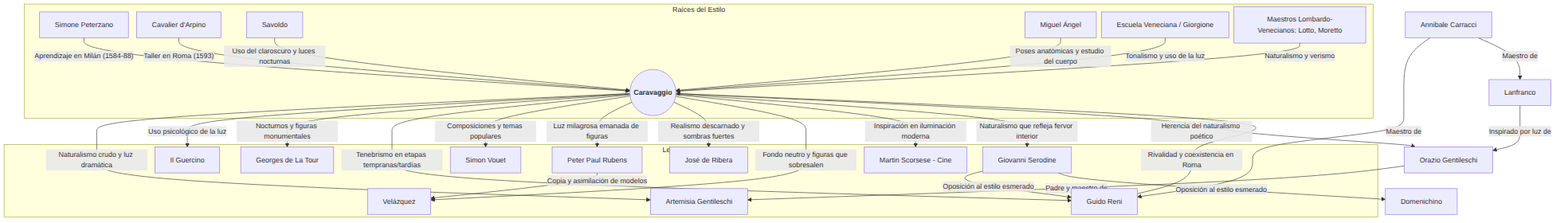
Earlier version of the Mermaid export caravaggio.png (JJ/barroco-sources). Its source is kept beside it as caravaggio.mmd.
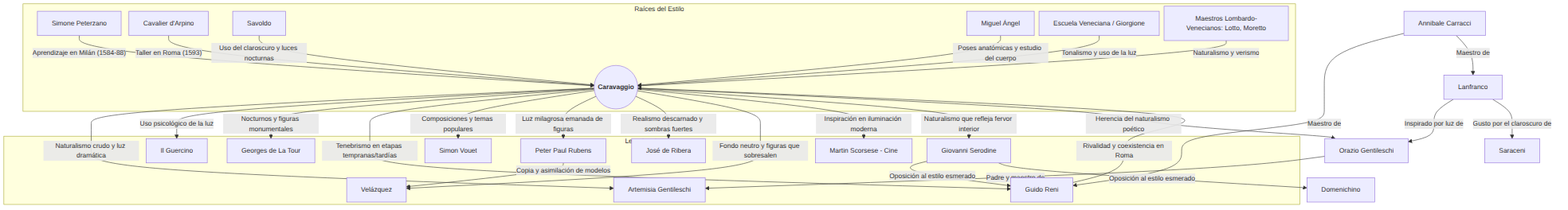
The same diagram one commit later.

Commit message:
Añade Saraceni

:see_no_evil:

Change to the diagram source:
```diff
@@ -29,6 +29,7 @@
     Carracci -- "Maestro de" --> Lanfranco[Lanfranco]
     Reni -- "Rivalidad y coexistencia en Roma" --> C
     Lanfranco -- "Inspirado por luz de" --> Orazio
+    Lanfranco -- "Gusto por el claroscuro de" --> Saraceni
     Rubens -- "Copia y asimilación de modelos" --> Velazquez
     Serodine -- "Oposición al estilo esmerado" --> Reni
     Serodine -- "Oposición al estilo esmerado" --> Domenichino
```
